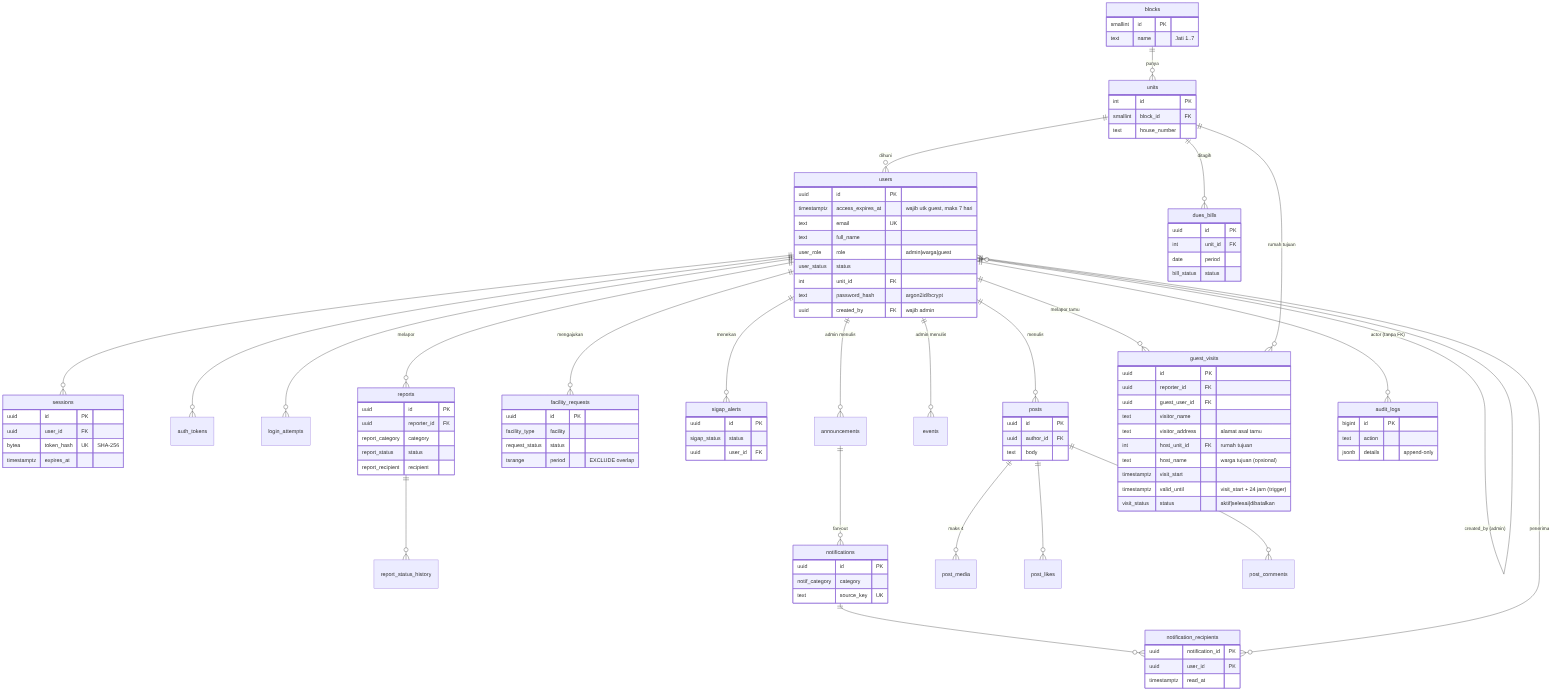
This is complex_db_DRAFT/docs/erd.png from ardanpy/COMPLEX-WEB---Proyek-TI, a Mermaid export, as it was before one commit. Its source is kept beside it as complex_db_DRAFT/docs/erd.mmd.
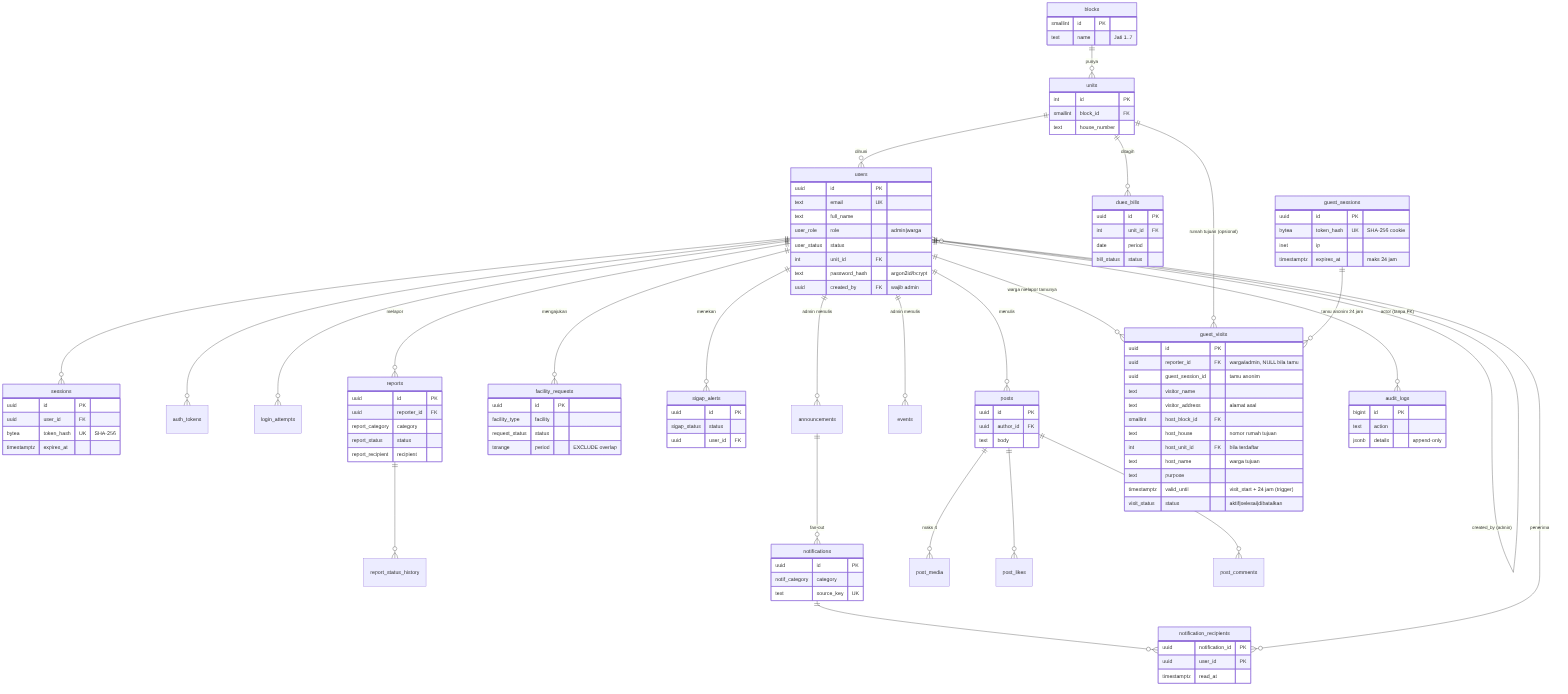
After the change.

The edit, as a diff of the source:
```diff
@@ -16,18 +16,18 @@
   notifications ||--o{ notification_recipients : ""
   users  ||--o{ notification_recipients : "penerima"
   users  ||--o{ posts : "menulis"
-  users  ||--o{ guest_visits : "melapor tamu"
-  units  ||--o{ guest_visits : "rumah tujuan"
+  users  ||--o{ guest_visits : "warga melapor tamunya"
+  units  ||--o{ guest_visits : "rumah tujuan (opsional)"
+  guest_sessions ||--o{ guest_visits : "tamu anonim 24 jam"
   posts  ||--o{ post_media : "maks 4"
   posts  ||--o{ post_likes : ""
   posts  ||--o{ post_comments : ""
   users  ||--o{ audit_logs : "actor (tanpa FK)"
 
   users { uuid id PK
-    timestamptz access_expires_at "wajib utk guest, maks 7 hari"
     text email UK
     text full_name
-    user_role role "admin|warga|guest"
+    user_role role "admin|warga"
     user_status status
     int unit_id FK
     text password_hash "argon2id/bcrypt"
@@ -70,14 +70,22 @@
     text action
     jsonb details "append-only" }
 
+
+  guest_sessions { uuid id PK
+    bytea token_hash UK "SHA-256 cookie"
+    inet ip
+    timestamptz expires_at "maks 24 jam"
+  }
   guest_visits { uuid id PK
-    uuid reporter_id FK
-    uuid guest_user_id FK
+    uuid reporter_id FK "warga/admin, NULL bila tamu"
+    uuid guest_session_id "tamu anonim"
     text visitor_name
-    text visitor_address "alamat asal tamu"
-    int host_unit_id FK "rumah tujuan"
-    text host_name "warga tujuan (opsional)"
-    timestamptz visit_start
+    text visitor_address "alamat asal"
+    smallint host_block_id FK
+    text host_house "nomor rumah tujuan"
+    int host_unit_id FK "bila terdaftar"
+    text host_name "warga tujuan"
+    text purpose
     timestamptz valid_until "visit_start + 24 jam (trigger)"
     visit_status status "aktif|selesai|dibatalkan"
   }
```
